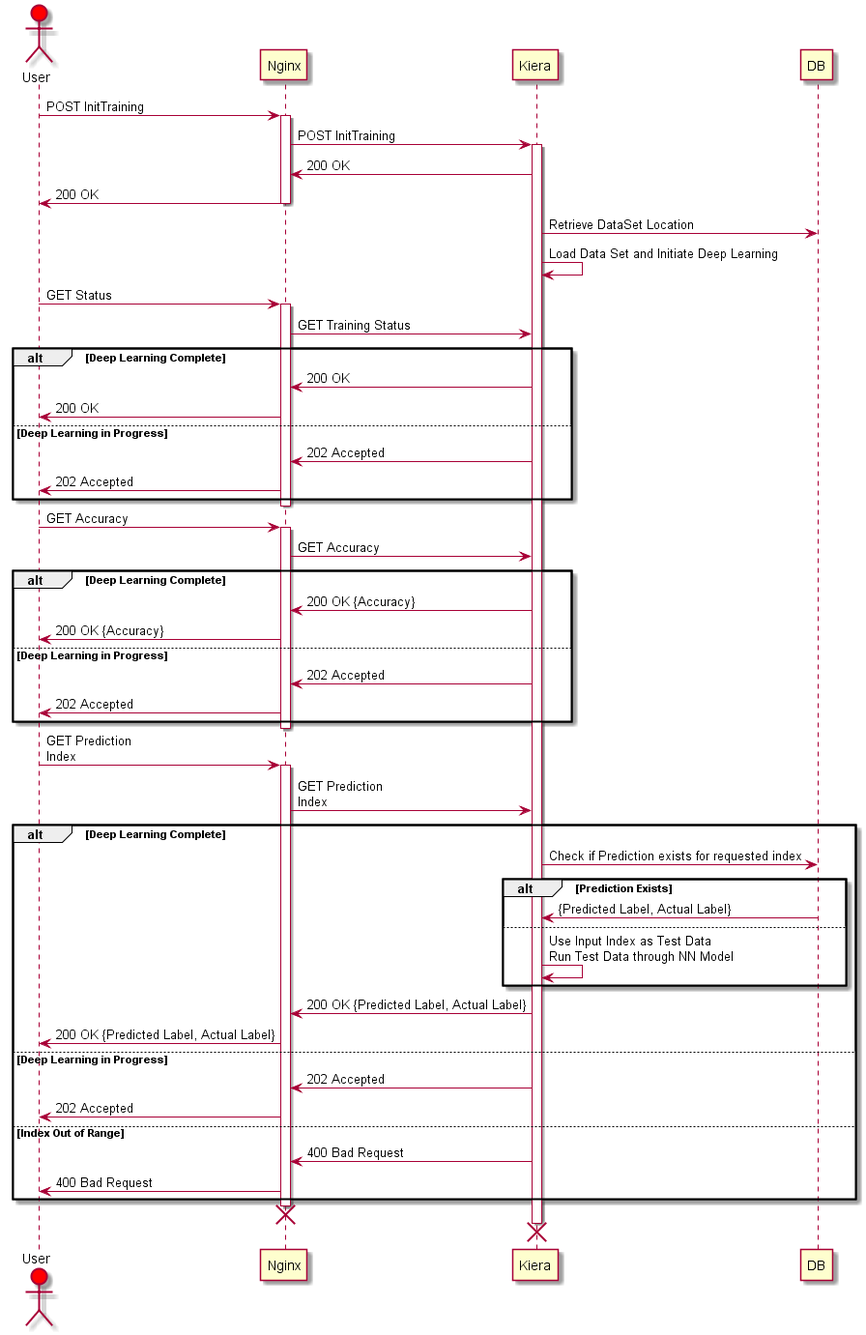
The PlantUML diagram design/SequenceDiag.png in rachit-ranjan16/Kiera, before a commit. The source it was exported from:
```plantuml
@startuml
actor User #red
participant Nginx
participant Kiera
participant DB

User->Nginx: POST InitTraining
activate Nginx
Nginx->Kiera: POST InitTraining
activate Kiera
Kiera->Nginx: 200 OK
Nginx->User: 200 OK
deactivate Nginx
Kiera->DB: Retrieve DataSet Location
Kiera->Kiera: Load Data Set and Initiate Deep Learning
User->Nginx: GET Status
activate Nginx

Nginx->Kiera: GET Training Status
alt Deep Learning Complete
  Kiera->Nginx: 200 OK
  Nginx->User: 200 OK
else Deep Learning in Progress
  Kiera->Nginx: 202 Accepted
  Nginx->User: 202 Accepted
end
deactivate Nginx

User->Nginx: GET Accuracy
activate Nginx
Nginx->Kiera: GET Accuracy
alt Deep Learning Complete
  Kiera->Nginx: 200 OK {Accuracy}
  Nginx->User: 200 OK {Accuracy}
else Deep Learning in Progress
  Kiera->Nginx: 202 Accepted
  Nginx->User: 202 Accepted
end
deactivate Nginx

User->Nginx: GET Prediction\nIndex
activate Nginx
Nginx->Kiera: GET Prediction\nIndex
alt Deep Learning Complete
  Kiera->DB: Check if Prediction exists for requested index
  alt Prediction Exists
    DB->Kiera: {Predicted Label, Actual Label}
  else
    Kiera->Kiera: Use Input Index as Test Data\nRun Test Data through NN Model
  end
  Kiera->Nginx: 200 OK {Predicted Label, Actual Label}
  Nginx->User: 200 OK {Predicted Label, Actual Label}
else Deep Learning in Progress
  Kiera->Nginx: 202 Accepted
  Nginx->User: 202 Accepted
else Index Out of Range
  Kiera->Nginx: 400 Bad Request
  Nginx->User: 400 Bad Request
end
deactivate Nginx
destroy Nginx
destroy Kiera
@enduml
```
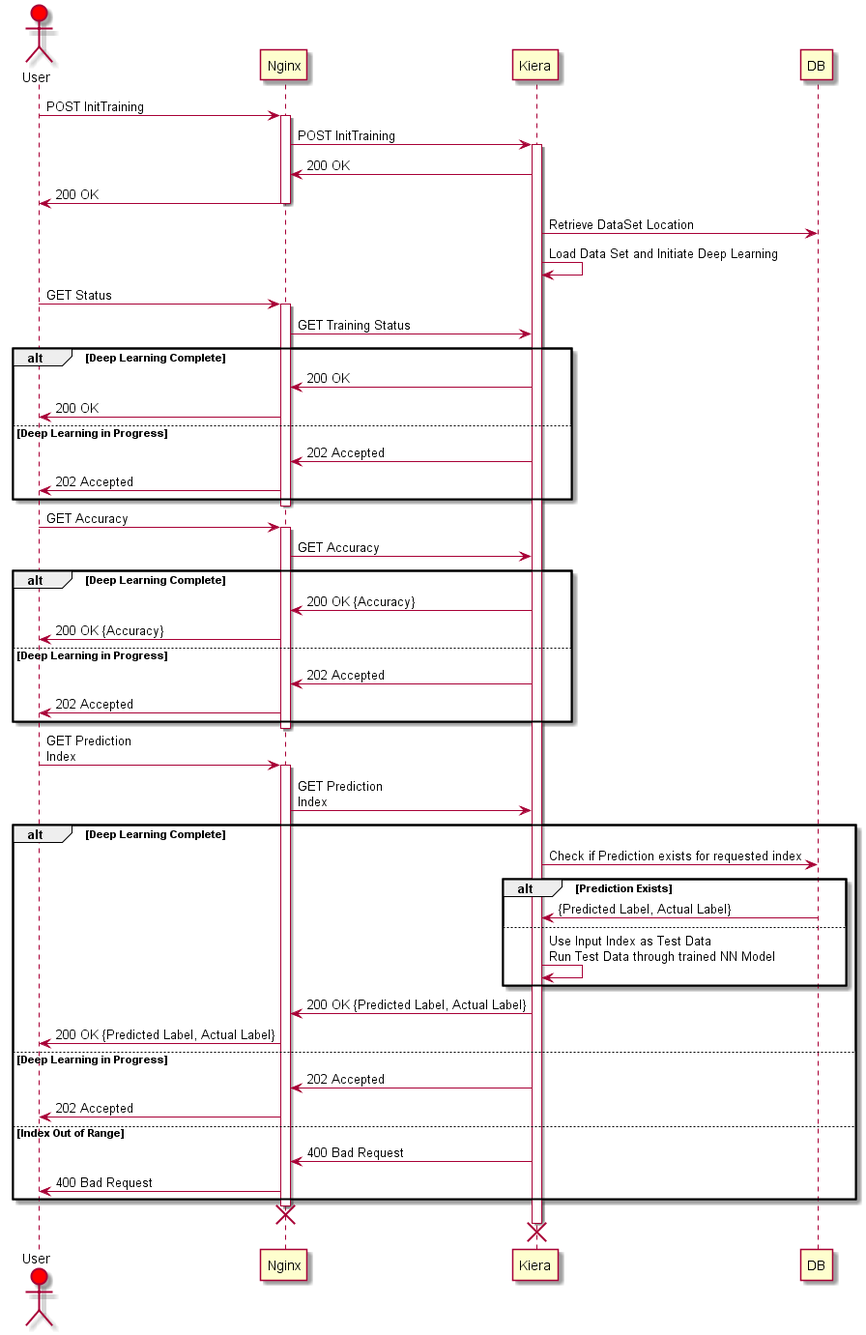
The same file after the commit.

What changed in the source:
```diff
@@ -46,7 +46,7 @@
   alt Prediction Exists
     DB->Kiera: {Predicted Label, Actual Label}
   else
-    Kiera->Kiera: Use Input Index as Test Data\nRun Test Data through NN Model
+    Kiera->Kiera: Use Input Index as Test Data\nRun Test Data through trained NN Model
   end
   Kiera->Nginx: 200 OK {Predicted Label, Actual Label}
   Nginx->User: 200 OK {Predicted Label, Actual Label}
```
